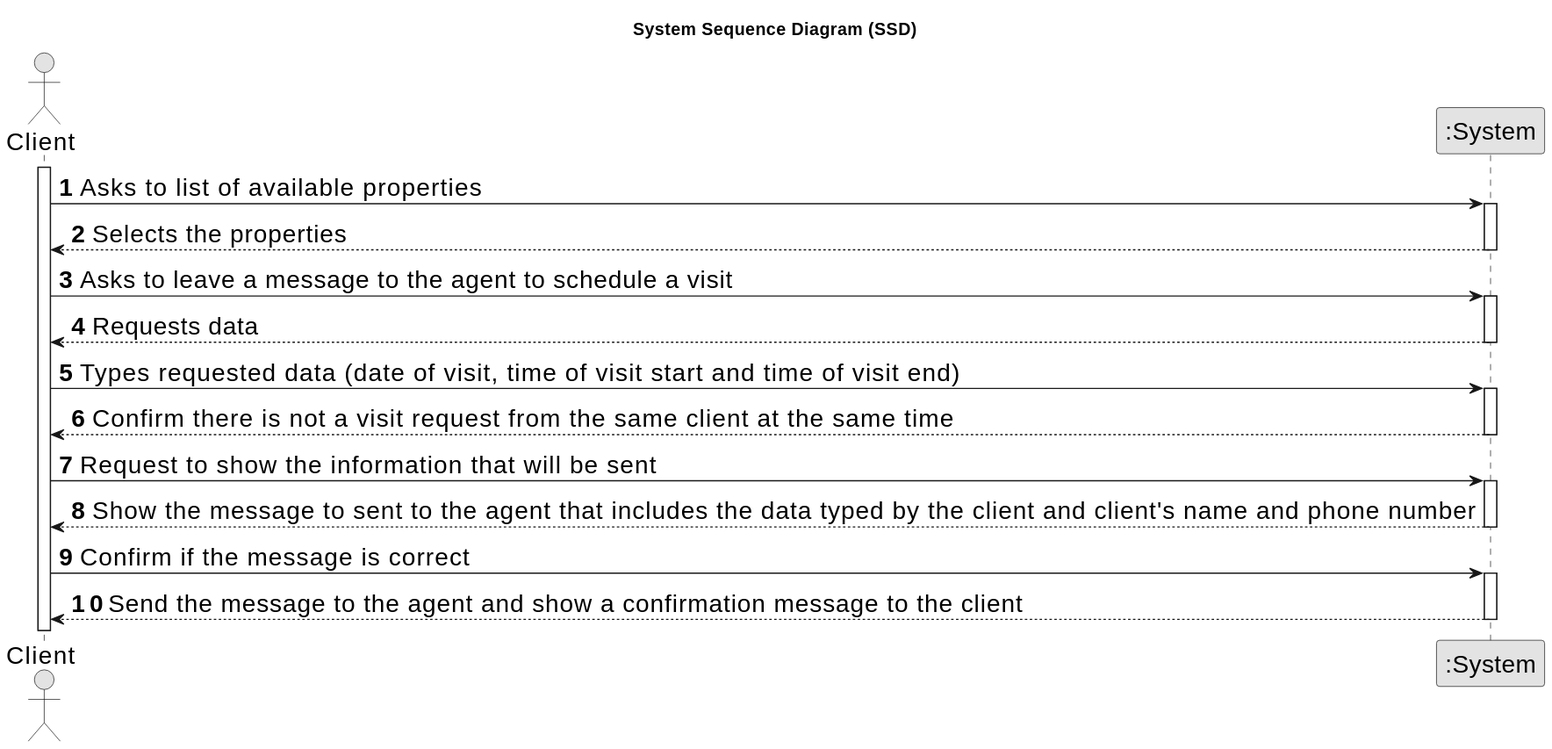
Earlier version of the PlantUML export docs/sprintC/us009/01.requirements-engineering/svg/us009-system-sequence-diagram.svg (Goncalves2525/real-estate-management-system). Source of this version:
```plantuml
@startuml
skinparamlocked defaultFontSize 20
skinparam monochrome true
skinparam packageStyle rectangle
skinparam shadowing false

title System Sequence Diagram (SSD)

autonumber

actor "Client" as Client
participant ":System" as System

activate Client

    Client -> System : Asks to list of available properties
        activate System

        System --> Client : Selects the properties
    deactivate System

    Client -> System : Asks to leave a message to the agent to schedule a visit
        activate System

        System --> Client : Requests data
    deactivate System

    Client -> System : Types requested data (date of visit, time of visit start and time of visit end)
        activate System

        System --> Client : Confirm there is not a visit request from the same client at the same time
    deactivate System

    Client -> System : Request to show the information that will be sent
        activate System

    System --> Client : Show the message to sent to the agent that includes the data typed by the client and client's name and phone number
    deactivate System

    Client -> System : Confirm if the message is correct
        activate System

        System --> Client : Send the message to the agent and show a confirmation message to the client
    deactivate System
@enduml
```
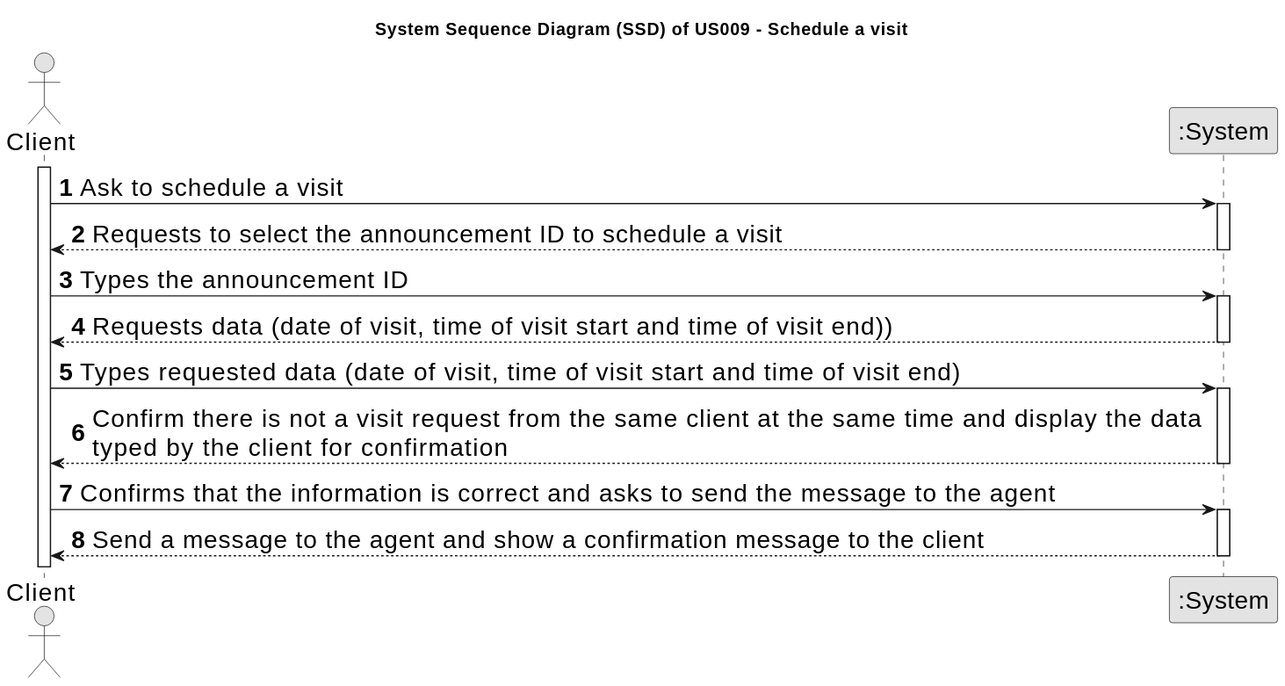
After the change.

What changed in the source:
```diff
@@ -4,7 +4,7 @@
 skinparam packageStyle rectangle
 skinparam shadowing false
 
-title System Sequence Diagram (SSD)
+title System Sequence Diagram (SSD) of US009 - Schedule a visit
 
 autonumber
 
@@ -13,33 +13,28 @@
 
 activate Client
 
-    Client -> System : Asks to list of available properties
+
+    Client -> System : Ask to schedule a visit
         activate System
 
-        System --> Client : Selects the properties
+        System --> Client : Requests to select the announcement ID to schedule a visit
     deactivate System
 
-    Client -> System : Asks to leave a message to the agent to schedule a visit
+    Client -> System : Types the announcement ID
         activate System
 
-        System --> Client : Requests data
+        System --> Client : Requests data (date of visit, time of visit start and time of visit end))
     deactivate System
 
     Client -> System : Types requested data (date of visit, time of visit start and time of visit end)
         activate System
 
-        System --> Client : Confirm there is not a visit request from the same client at the same time
+        System --> Client : Confirm there is not a visit request from the same client at the same time and display the data \ntyped by the client for confirmation
     deactivate System
 
-    Client -> System : Request to show the information that will be sent
+    Client -> System : Confirms that the information is correct and asks to send the message to the agent
         activate System
 
-    System --> Client : Show the message to sent to the agent that includes the data typed by the client and client's name and phone number
-    deactivate System
-
-    Client -> System : Confirm if the message is correct
-        activate System
-
-        System --> Client : Send the message to the agent and show a confirmation message to the client
+        System --> Client : Send a message to the agent and show a confirmation message to the client
     deactivate System
 @enduml
```
